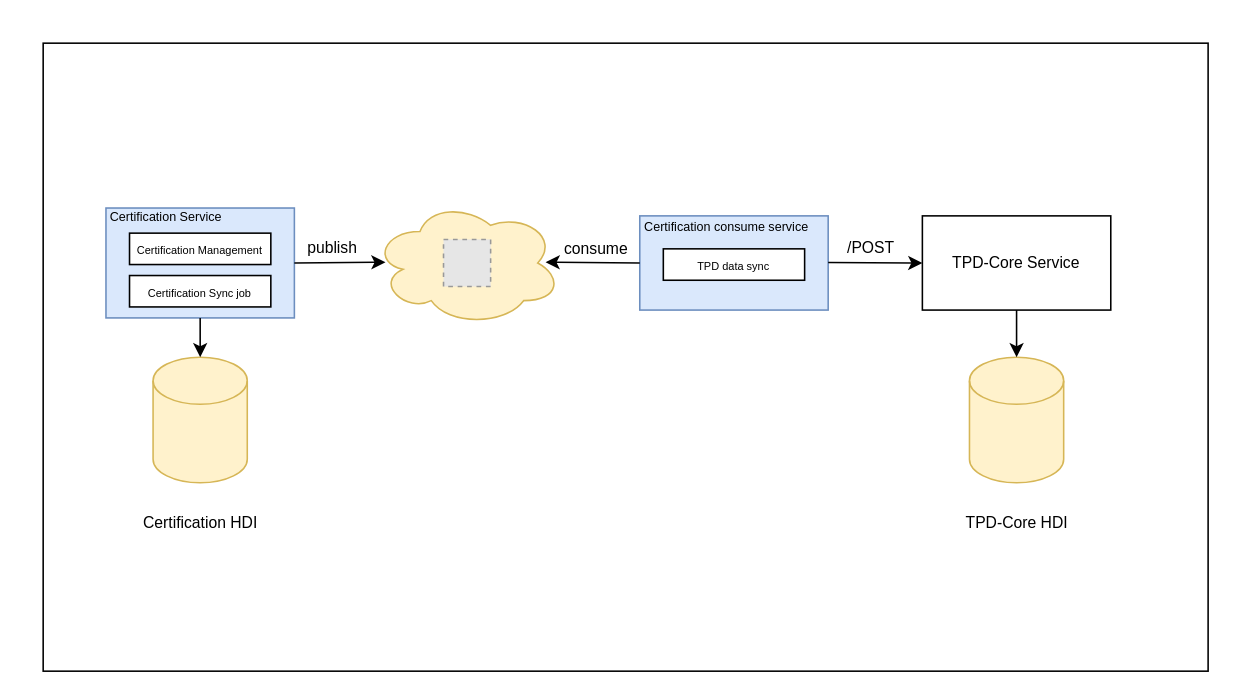
The draw.io diagram page "Page-34" (34 of 34) of certificationService.er.drawio in huangshijie/Drawio, before the edit. Source tidied: cells renumbered, new cells numbered last; positions are measured from the earlier drawing's top-left corner, leaving out a move shared by most shapes. Both pictures are drawn from the tidied source at 157%, with x=0, y=0 at pixel (42, 42). Pictures stored in the file or linked from it are replaced by grey dashed boxes.
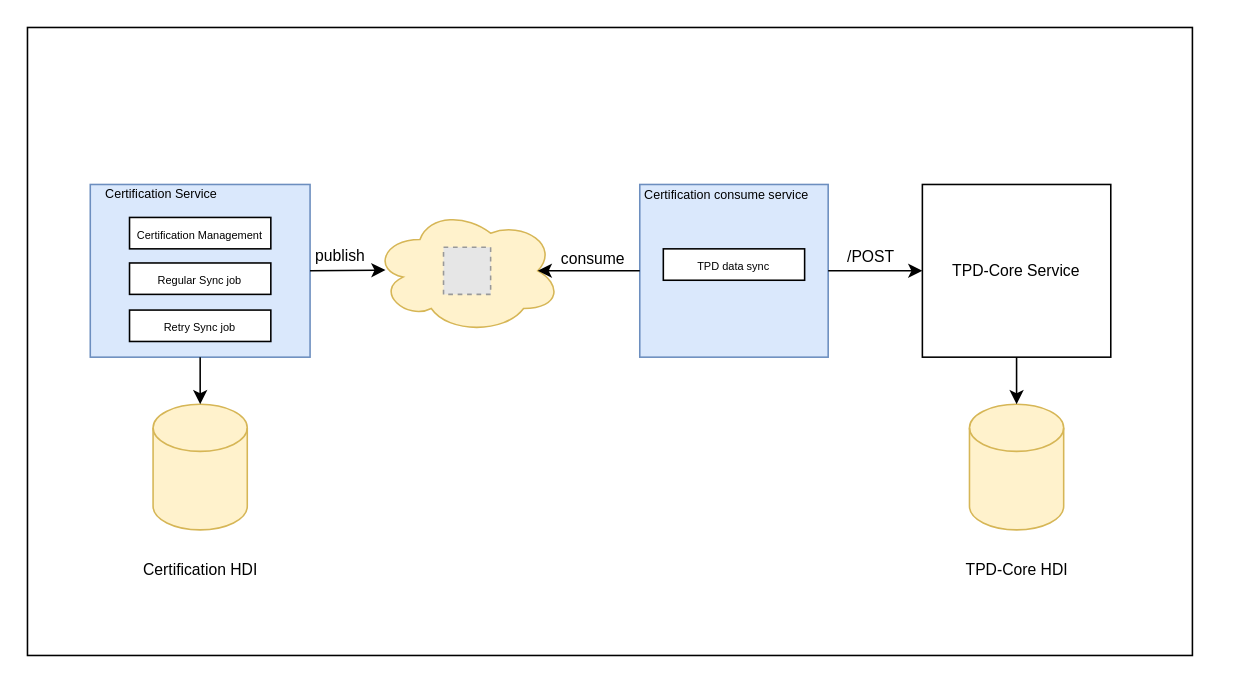
The same page after the edit.

The edit, as a diff of the source:
```diff
@@
     <mxCell id="2" style="rounded=0;whiteSpace=wrap;html=1;" parent="1" vertex="1">
-      <mxGeometry width="742" height="400" as="geometry" />
+      <mxGeometry x="-10" y="-10" width="742" height="400" as="geometry" />
     </mxCell>
     <mxCell id="3" style="ellipse;shape=cloud;whiteSpace=wrap;html=1;fillColor=#fff2cc;strokeColor=#d6b656;" parent="1" vertex="1">
-      <mxGeometry x="210" y="100" width="120" height="80" as="geometry" />
+      <mxGeometry x="210" y="105" width="120" height="80" as="geometry" />
     </mxCell>
     <mxCell id="4" style="rounded=0;whiteSpace=wrap;html=1;fillColor=#dae8fc;strokeColor=#6c8ebf;" parent="1" vertex="1">
-      <mxGeometry x="40" y="105" width="120" height="70" as="geometry" />
+      <mxGeometry x="30" y="90" width="140" height="110" as="geometry" />
     </mxCell>
     <mxCell id="5" style="group;" parent="1" vertex="1">
-      <mxGeometry x="45" y="200" width="135" height="120" as="geometry" />
+      <mxGeometry x="45" y="230" width="135" height="120" as="geometry" />
     </mxCell>
@@
     <mxCell id="8" style="group;" parent="1" vertex="1">
-      <mxGeometry x="565" y="200" width="110" height="120" as="geometry" />
+      <mxGeometry x="565" y="230" width="110" height="120" as="geometry" />
     </mxCell>
@@
     <mxCell id="11" value="&lt;font style=&quot;font-size: 10px;&quot;&gt;TPD-Core Service&lt;/font&gt;" style="rounded=0;whiteSpace=wrap;html=1;" parent="1" vertex="1">
-      <mxGeometry x="560" y="110" width="120" height="60" as="geometry" />
+      <mxGeometry x="560" y="90" width="120" height="110" as="geometry" />
     </mxCell>
     <mxCell id="12" style="rounded=0;whiteSpace=wrap;html=1;fillColor=#dae8fc;strokeColor=#6c8ebf;" parent="1" vertex="1">
-      <mxGeometry x="380" y="110" width="120" height="60" as="geometry" />
+      <mxGeometry x="380" y="90" width="120" height="110" as="geometry" />
     </mxCell>
-    <mxCell id="13" style="endArrow=classic;html=1;rounded=0;entryX=0;entryY=0.5;entryDx=0;entryDy=0;" parent="1" edge="1" target="11">
-      <mxGeometry relative="1" as="geometry">
-        <mxPoint x="500" y="139.7" as="sourcePoint" />
-      </mxGeometry>
+    <mxCell id="13" style="endArrow=classic;html=1;rounded=0;entryX=0;entryY=0.5;entryDx=0;entryDy=0;exitX=1;exitY=0.5;exitDx=0;exitDy=0;" parent="1" edge="1" source="12" target="11">
+      <mxGeometry relative="1" as="geometry" />
     </mxCell>
@@
-    <mxCell id="15" style="endArrow=classic;html=1;rounded=0;exitX=0;exitY=0.5;exitDx=0;exitDy=0;" parent="1" edge="1" source="12">
-      <mxGeometry relative="1" as="geometry">
-        <mxPoint x="320" y="139.5" as="targetPoint" />
-      </mxGeometry>
+    <mxCell id="15" style="endArrow=classic;html=1;rounded=0;exitX=0;exitY=0.5;exitDx=0;exitDy=0;entryX=0.875;entryY=0.5;entryDx=0;entryDy=0;entryPerimeter=0;" parent="1" edge="1" source="12" target="3">
+      <mxGeometry relative="1" as="geometry" />
     </mxCell>
@@
     <mxCell id="17" style="fillColor=#E6E6E6;strokeColor=#999999;dashed=1;verticalLabelPosition=bottom;labelBackgroundColor=default;verticalAlign=top;fontSize=14;" parent="1" vertex="1">
-      <mxGeometry x="255" y="125" width="30" height="30" as="geometry" />
+      <mxGeometry x="255" y="130" width="30" height="30" as="geometry" />
     </mxCell>
@@
     <mxCell id="22" value="&lt;font style=&quot;font-size: 8px;&quot;&gt;Certification Service&lt;/font&gt;" style="text;html=1;align=center;verticalAlign=middle;strokeColor=none;fillColor=none;" parent="1" vertex="1">
-      <mxGeometry x="33" y="95" width="90" height="30" as="geometry" />
+      <mxGeometry x="30" y="80" width="90" height="30" as="geometry" />
     </mxCell>
     <mxCell id="23" value="&lt;font style=&quot;font-size: 8px;&quot;&gt;Certification consume service&lt;/font&gt;" style="text;html=1;align=center;verticalAlign=middle;strokeColor=none;fillColor=none;" parent="1" vertex="1">
-      <mxGeometry x="370" y="101" width="130" height="30" as="geometry" />
+      <mxGeometry x="370" y="81" width="130" height="30" as="geometry" />
     </mxCell>
     <mxCell id="24" value="&lt;font style=&quot;font-size: 7px;&quot;&gt;Certification Management&lt;/font&gt;" style="rounded=0;whiteSpace=wrap;html=1;" parent="1" vertex="1">
-      <mxGeometry x="55" y="121" width="90" height="20" as="geometry" />
+      <mxGeometry x="55" y="111" width="90" height="20" as="geometry" />
     </mxCell>
-    <mxCell id="25" value="&lt;font style=&quot;font-size: 7px;&quot;&gt;Certification Sync job&lt;/font&gt;" style="rounded=0;whiteSpace=wrap;html=1;" parent="1" vertex="1">
-      <mxGeometry x="55" y="148" width="90" height="20" as="geometry" />
+    <mxCell id="25" value="&lt;font style=&quot;font-size: 7px;&quot;&gt;Regular Sync job&lt;/font&gt;" style="rounded=0;whiteSpace=wrap;html=1;" parent="1" vertex="1">
+      <mxGeometry x="55" y="140" width="90" height="20" as="geometry" />
     </mxCell>
@@
+    <mxCell id="27" value="&lt;font style=&quot;font-size: 7px;&quot;&gt;Retry Sync job&lt;/font&gt;" style="rounded=0;whiteSpace=wrap;html=1;" parent="1" vertex="1">
+      <mxGeometry x="55" y="170" width="90" height="20" as="geometry" />
+    </mxCell>
```
